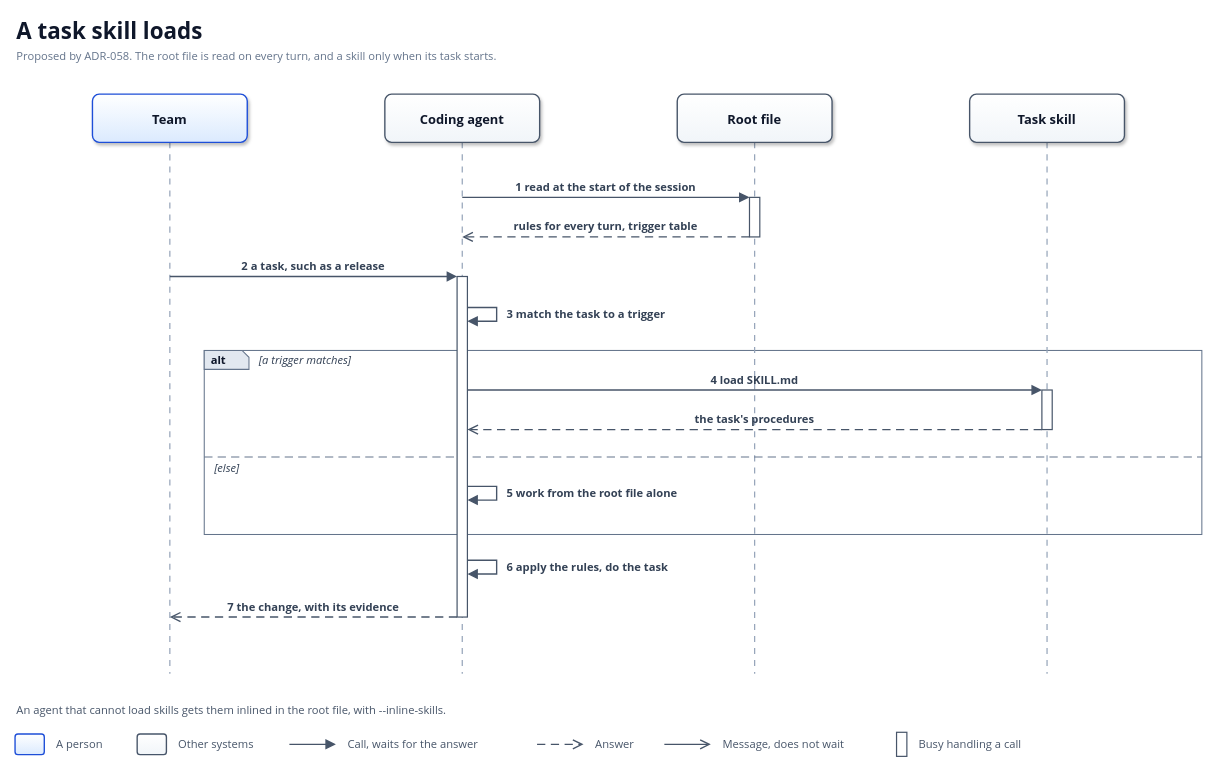
solid-ai-dev/solid-ai-templates keeps this draw.io diagram as docs/diagrams/runtime-skill.drawio. Above is the earlier version. Source tidied: cells renumbered, new cells numbered last; positions are measured from the earlier drawing's top-left corner, leaving out a move shared by most shapes. Both pictures are drawn from the tidied source at 86%, with x=0, y=0 at pixel (15, 15).
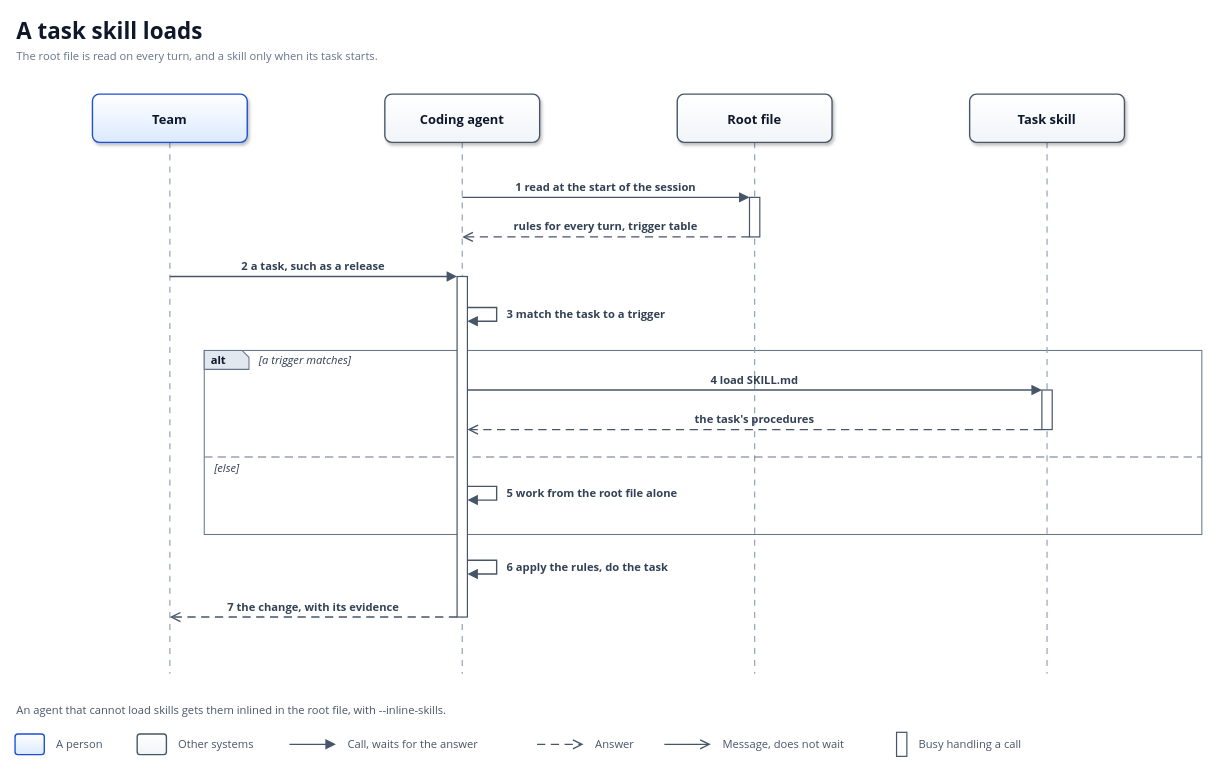
Above is the later version.

Commit message (it also covers changes not shown here):
docs(architecture): complete chapter 6's emitter and fork-sync rows (#2408)

- 6.1 step 9: the emitter leaves out overridden and declined sections.
- 6.4 step 5: dropped core IDs move into fork_core:, matching FR-08-03.
- 6.2 diagram: drop the ADR from the subtitle; the table cites it.

Claude-Session: https://claude.ai/code/session_01DpT5xSVK2FLNdArtRtNjLH

The edit, as a diff of the source:
```diff
@@
-    <mxCell id="8" value="Proposed by ADR-058. The root file is read on every turn, and a skill only when its task starts." style="text;html=1;whiteSpace=wrap;strokeColor=none;fillColor=none;align=left;verticalAlign=middle;fontFamily=Segoe UI;fontSize=13;fontColor=#64748B;" parent="1" vertex="1">
+    <mxCell id="8" value="The root file is read on every turn, and a skill only when its task starts." style="text;html=1;whiteSpace=wrap;strokeColor=none;fillColor=none;align=left;verticalAlign=middle;fontFamily=Segoe UI;fontSize=13;fontColor=#64748B;" parent="1" vertex="1">
       <mxGeometry y="36" width="1380" height="24" as="geometry" />
     </mxCell>
```
